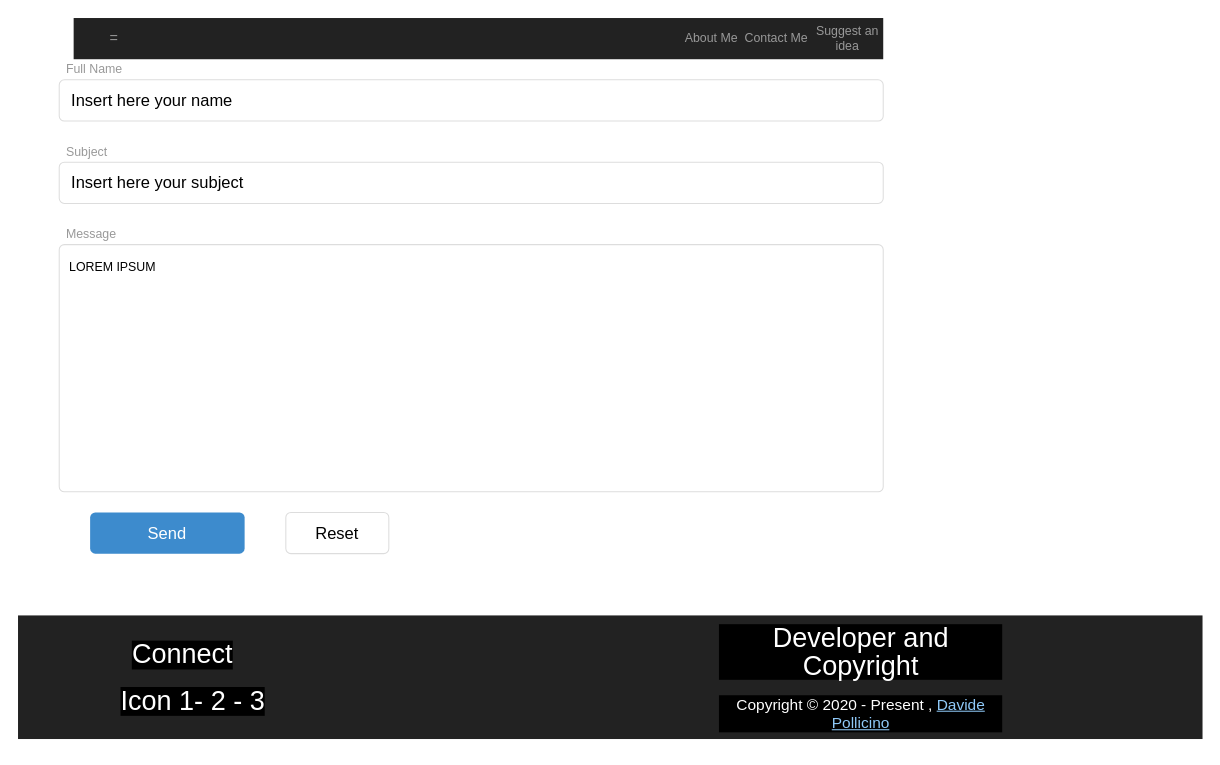
This is documentation/MockupPages/ContactMe.drawio from omonimus1/myOwnAdventure.github.io, a draw.io file, before an edit. Source tidied: cells renumbered, new cells numbered last; positions are measured from the earlier drawing's top-left corner, leaving out a move shared by most shapes. Both pictures are drawn from the tidied source at 103%, with x=0, y=0 at pixel (18, 18).
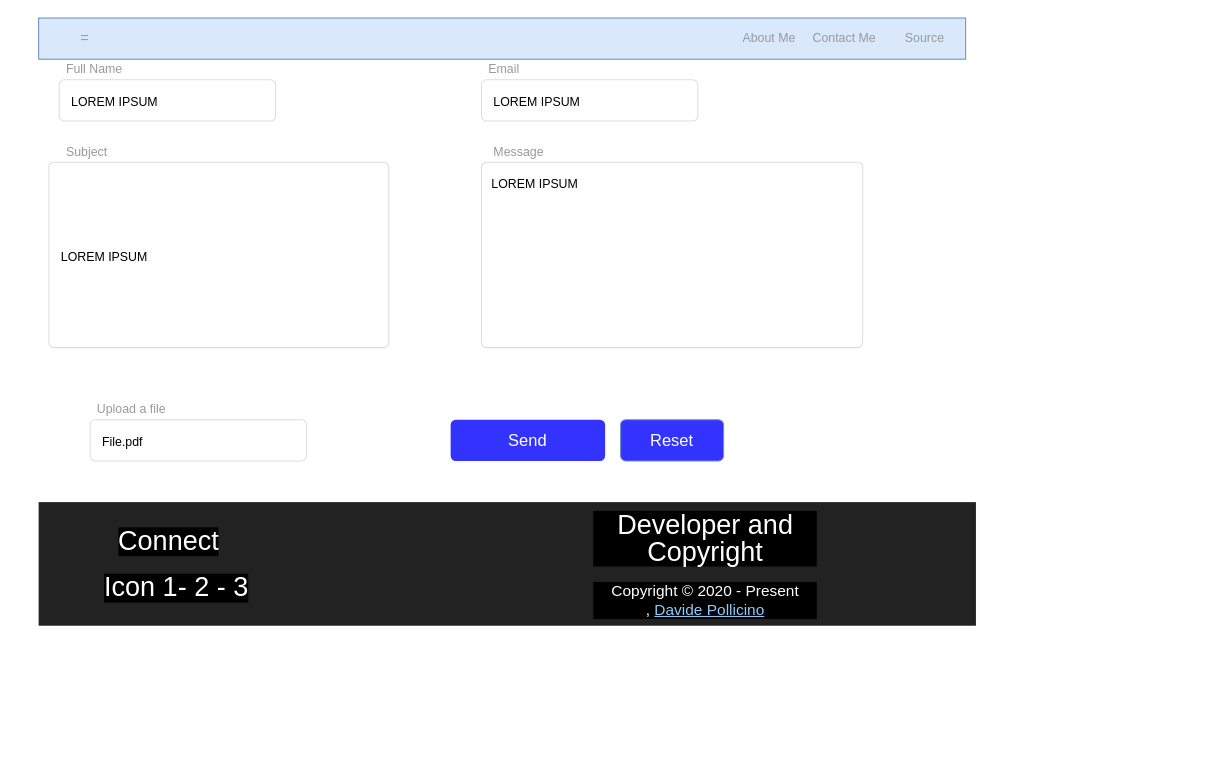
The same page after the edit.

Diff of the diagram source:
```diff
@@
-    <mxCell id="2" style="html=1;shadow=0;dashed=0;shape=mxgraph.bootstrap.rect;fillColor=#222222;strokeColor=none;whiteSpace=wrap;rounded=0;fontSize=12;fontColor=#000000;align=center;" parent="1" vertex="1">
-      <mxGeometry x="54" width="786" height="40" as="geometry" />
+    <mxCell id="2" style="html=1;shadow=0;dashed=0;shape=mxgraph.bootstrap.rect;fillColor=#dae8fc;strokeColor=#6c8ebf;whiteSpace=wrap;rounded=0;fontSize=12;align=center;" parent="1" vertex="1">
+      <mxGeometry x="20" width="900" height="40" as="geometry" />
     </mxCell>
     <mxCell id="3" value="=" style="html=1;shadow=0;dashed=0;fillColor=none;strokeColor=none;shape=mxgraph.bootstrap.rect;fontColor=#999999;fontSize=14;whiteSpace=wrap;" parent="2" vertex="1">
-      <mxGeometry width="78.6" height="40" as="geometry" />
+      <mxGeometry width="90" height="40" as="geometry" />
     </mxCell>
     <mxCell id="4" value="Contact Me" style="html=1;shadow=0;dashed=0;fillColor=none;strokeColor=none;shape=mxgraph.bootstrap.rect;fontColor=#999999;whiteSpace=wrap;" parent="2" vertex="1">
-      <mxGeometry x="648.4" width="68.8" height="40" as="geometry" />
+      <mxGeometry x="742.5" width="78.7" height="40" as="geometry" />
     </mxCell>
-    <mxCell id="5" value="Suggest an idea" style="html=1;shadow=0;dashed=0;fillColor=none;strokeColor=none;shape=mxgraph.bootstrap.rect;fontColor=#999999;whiteSpace=wrap;" parent="2" vertex="1">
-      <mxGeometry x="717.2" width="68.8" height="40" as="geometry" />
+    <mxCell id="5" value="Source" style="html=1;shadow=0;dashed=0;fillColor=none;strokeColor=none;shape=mxgraph.bootstrap.rect;fontColor=#999999;whiteSpace=wrap;" parent="2" vertex="1">
+      <mxGeometry x="821.3" width="78.7" height="40" as="geometry" />
     </mxCell>
     <mxCell id="6" value="About Me" style="html=1;shadow=0;dashed=0;fillColor=none;strokeColor=none;shape=mxgraph.bootstrap.rect;fontColor=#999999;whiteSpace=wrap;" parent="2" vertex="1">
-      <mxGeometry x="585.1" width="68.8" height="40" as="geometry" />
+      <mxGeometry x="669.9" width="78.7" height="40" as="geometry" />
     </mxCell>
@@
+    <mxCell id="20" value="Email&lt;br&gt;" style="html=1;shadow=0;dashed=0;shape=mxgraph.bootstrap.rect;strokeColor=none;fillColor=none;fontColor=#999999;align=left;spacingLeft=5;whiteSpace=wrap;rounded=0;" parent="1" vertex="1">
+      <mxGeometry x="450" y="40" width="200" height="20" as="geometry" />
+    </mxCell>
-    <mxCell id="8" value="Insert here your name&amp;nbsp;" style="html=1;shadow=0;dashed=0;shape=mxgraph.bootstrap.rrect;rSize=5;strokeColor=#dddddd;align=left;spacingLeft=10;fontSize=16;whiteSpace=wrap;rounded=0;" parent="1" vertex="1">
-      <mxGeometry x="40" y="60" width="800" height="40" as="geometry" />
+    <mxCell id="8" value="&lt;span style=&quot;font-size: 12px&quot;&gt;LOREM IPSUM&amp;nbsp;&lt;/span&gt;" style="html=1;shadow=0;dashed=0;shape=mxgraph.bootstrap.rrect;rSize=5;strokeColor=#dddddd;align=left;spacingLeft=10;fontSize=16;whiteSpace=wrap;rounded=0;" parent="1" vertex="1">
+      <mxGeometry x="40" y="60" width="210" height="40" as="geometry" />
     </mxCell>
@@
-    <mxCell id="10" value="Insert here your subject&amp;nbsp;" style="html=1;shadow=0;dashed=0;shape=mxgraph.bootstrap.rrect;rSize=5;strokeColor=#dddddd;align=left;spacingLeft=10;fontSize=16;whiteSpace=wrap;rounded=0;" parent="1" vertex="1">
-      <mxGeometry x="40" y="140" width="800" height="40" as="geometry" />
+    <mxCell id="10" value="&lt;span style=&quot;font-size: 12px&quot;&gt;LOREM IPSUM&amp;nbsp;&lt;/span&gt;" style="html=1;shadow=0;dashed=0;shape=mxgraph.bootstrap.rrect;rSize=5;strokeColor=#dddddd;align=left;spacingLeft=10;fontSize=16;whiteSpace=wrap;rounded=0;" parent="1" vertex="1">
+      <mxGeometry x="30" y="140" width="330" height="180" as="geometry" />
     </mxCell>
     <mxCell id="11" value="Message" style="html=1;shadow=0;dashed=0;shape=mxgraph.bootstrap.rect;strokeColor=none;fillColor=none;fontColor=#999999;align=left;spacingLeft=5;whiteSpace=wrap;rounded=0;" parent="1" vertex="1">
-      <mxGeometry x="40" y="200" width="200" height="20" as="geometry" />
+      <mxGeometry x="455" y="120" width="200" height="20" as="geometry" />
     </mxCell>
     <mxCell id="12" value="LOREM IPSUM&amp;nbsp;" style="html=1;shadow=0;dashed=0;shape=mxgraph.bootstrap.rrect;rSize=5;fontSize=12;strokeColor=#dddddd;align=left;spacing=10;verticalAlign=top;whiteSpace=wrap;rounded=0;" parent="1" vertex="1">
-      <mxGeometry x="40" y="220" width="800" height="240" as="geometry" />
+      <mxGeometry x="450" y="140" width="370" height="180" as="geometry" />
     </mxCell>
-    <mxCell id="13" value="Send" style="html=1;shadow=0;dashed=0;shape=mxgraph.bootstrap.rrect;align=center;rSize=5;strokeColor=none;fillColor=#3D8BCD;fontColor=#ffffff;fontSize=16;whiteSpace=wrap;rounded=0;" parent="1" vertex="1">
-      <mxGeometry x="70" y="480" width="150" height="40" as="geometry" />
+    <mxCell id="13" value="Send" style="html=1;shadow=0;dashed=0;shape=mxgraph.bootstrap.rrect;align=center;rSize=5;strokeColor=none;fillColor=#3333FF;fontColor=#ffffff;fontSize=16;whiteSpace=wrap;rounded=0;" parent="1" vertex="1">
+      <mxGeometry x="420" y="390" width="150" height="40" as="geometry" />
     </mxCell>
-    <mxCell id="14" value="Reset" style="html=1;shadow=0;dashed=0;shape=mxgraph.bootstrap.rrect;align=center;rSize=5;strokeColor=#dddddd;fontSize=16;whiteSpace=wrap;rounded=0;" parent="1" vertex="1">
-      <mxGeometry x="260" y="480" width="100" height="40" as="geometry" />
+    <mxCell id="14" value="&lt;font color=&quot;#ffffff&quot;&gt;Reset&lt;/font&gt;" style="html=1;shadow=0;dashed=0;shape=mxgraph.bootstrap.rrect;align=center;rSize=5;strokeColor=#6C8EBF;fontSize=16;whiteSpace=wrap;rounded=0;fillColor=#3333FF;" parent="1" vertex="1">
+      <mxGeometry x="585" y="390" width="100" height="40" as="geometry" />
     </mxCell>
     <mxCell id="15" style="html=1;shadow=0;dashed=0;shape=mxgraph.bootstrap.rect;fillColor=#222222;strokeColor=none;whiteSpace=wrap;rounded=0;fontSize=12;fontColor=#000000;align=center;" parent="1" vertex="1">
-      <mxGeometry y="580" width="1150" height="120" as="geometry" />
+      <mxGeometry x="20" y="470" width="910" height="120" as="geometry" />
     </mxCell>
     <mxCell id="16" value="&lt;h5 class=&quot;white-text&quot; style=&quot;box-sizing: inherit ; font-weight: 400 ; line-height: 27.06px ; font-size: 1.64rem ; margin: 1.09333rem 0px 0.656rem ; color: rgb(255 , 255 , 255) ; font-family: , &amp;#34;blinkmacsystemfont&amp;#34; , &amp;#34;segoe ui&amp;#34; , &amp;#34;roboto&amp;#34; , , &amp;#34;ubuntu&amp;#34; , &amp;#34;cantarell&amp;#34; , &amp;#34;helvetica neue&amp;#34; , sans-serif ; background-color: rgb(0 , 0 , 0)&quot;&gt;Developer and Copyright&lt;/h5&gt;&lt;p style=&quot;box-sizing: inherit ; color: rgb(255 , 255 , 255) ; font-family: , &amp;#34;blinkmacsystemfont&amp;#34; , &amp;#34;segoe ui&amp;#34; , &amp;#34;roboto&amp;#34; , , &amp;#34;ubuntu&amp;#34; , &amp;#34;cantarell&amp;#34; , &amp;#34;helvetica neue&amp;#34; , sans-serif ; font-size: 15px ; background-color: rgb(0 , 0 , 0)&quot;&gt;Copyright © 2020 - Present ,&amp;nbsp;&lt;a class=&quot;blue-text text-lighten-3&quot; href=&quot;http://davidepollicino.com&quot; style=&quot;box-sizing: inherit ; background-color: transparent ; color: rgb(144 , 202 , 249)&quot;&gt;Davide Pollicino&lt;/a&gt;&lt;/p&gt;" style="html=1;shadow=0;dashed=0;fillColor=none;strokeColor=none;shape=mxgraph.bootstrap.rect;fontColor=#999999;whiteSpace=wrap;" parent="15" vertex="1">
-      <mxGeometry x="680" width="276.6" height="120" as="geometry" />
+      <mxGeometry x="538.1" width="218.9" height="120" as="geometry" />
     </mxCell>
     <mxCell id="17" value="&lt;h5 class=&quot;white-text&quot; style=&quot;box-sizing: inherit ; font-weight: 400 ; line-height: 27.06px ; font-size: 1.64rem ; margin: 1.09333rem 0px 0.656rem ; color: rgb(255 , 255 , 255) ; background-color: rgb(0 , 0 , 0)&quot;&gt;Connect&lt;/h5&gt;" style="text;html=1;strokeColor=none;fillColor=none;align=center;verticalAlign=middle;whiteSpace=wrap;rounded=0;" parent="15" vertex="1">
-      <mxGeometry x="110" y="20" width="100" height="30" as="geometry" />
+      <mxGeometry x="87" y="20" width="79.1" height="30" as="geometry" />
     </mxCell>
     <mxCell id="18" value="&lt;h5 class=&quot;white-text&quot; style=&quot;box-sizing: inherit ; font-weight: 400 ; line-height: 27.06px ; font-size: 1.64rem ; margin: 1.09333rem 0px 0.656rem ; color: rgb(255 , 255 , 255) ; background-color: rgb(0 , 0 , 0)&quot;&gt;Icon 1- 2 - 3&lt;/h5&gt;" style="text;html=1;strokeColor=none;fillColor=none;align=center;verticalAlign=middle;whiteSpace=wrap;rounded=0;" parent="15" vertex="1">
-      <mxGeometry x="80" y="70" width="180" height="20" as="geometry" />
+      <mxGeometry x="63.3" y="70" width="142.4" height="20" as="geometry" />
     </mxCell>
@@
+    <mxCell id="21" value="&lt;span style=&quot;font-size: 12px&quot;&gt;LOREM IPSUM&amp;nbsp;&lt;/span&gt;" style="html=1;shadow=0;dashed=0;shape=mxgraph.bootstrap.rrect;rSize=5;strokeColor=#dddddd;align=left;spacingLeft=10;fontSize=16;whiteSpace=wrap;rounded=0;" parent="1" vertex="1">
+      <mxGeometry x="450" y="60" width="210" height="40" as="geometry" />
+    </mxCell>
+    <mxCell id="22" value="&lt;span style=&quot;font-size: 12px&quot;&gt;File.pdf&lt;/span&gt;" style="html=1;shadow=0;dashed=0;shape=mxgraph.bootstrap.rrect;rSize=5;strokeColor=#dddddd;align=left;spacingLeft=10;fontSize=16;whiteSpace=wrap;rounded=0;" parent="1" vertex="1">
+      <mxGeometry x="70" y="390" width="210" height="40" as="geometry" />
+    </mxCell>
+    <mxCell id="23" value="Upload a file&amp;nbsp;" style="html=1;shadow=0;dashed=0;shape=mxgraph.bootstrap.rect;strokeColor=none;fillColor=none;fontColor=#999999;align=left;spacingLeft=5;whiteSpace=wrap;rounded=0;" parent="1" vertex="1">
+      <mxGeometry x="70" y="370" width="130" height="20" as="geometry" />
+    </mxCell>
```
